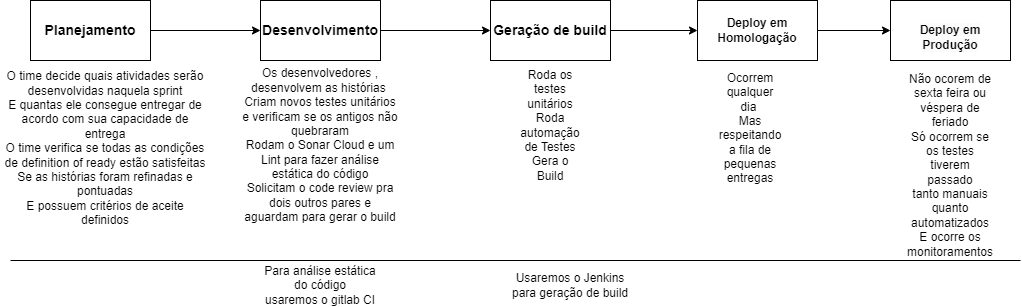
Above: diagramas/Diagrama-Timeline.png in CarolineIta/asc (draw.io), before the change. Source tidied: cells renumbered, new cells last; positions are measured from the earlier drawing's top-left corner, leaving out a move shared by most shapes.
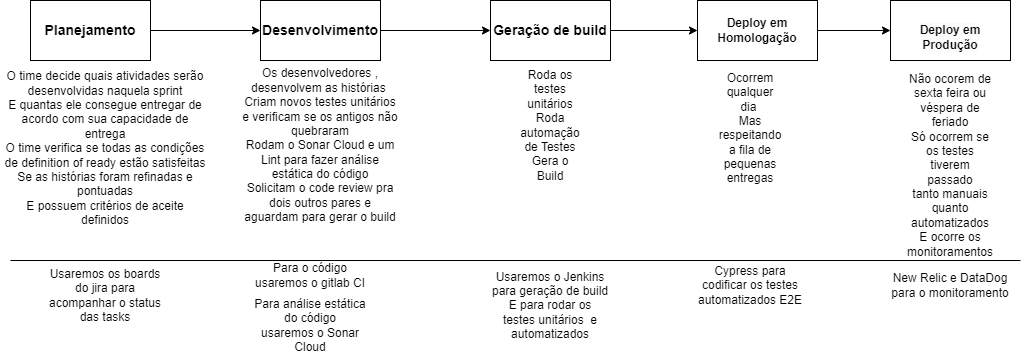
Later version of the same file.

The edit, as a diff of the source:
```diff
@@ -61,11 +61,23 @@
         <mxPoint x="1020" y="260" as="targetPoint" />
       </mxGeometry>
     </mxCell>
-    <mxCell id="20" value="Usaremos o Jenkins para geração de build" style="text;html=1;strokeColor=none;fillColor=none;align=center;verticalAlign=middle;whiteSpace=wrap;rounded=0;" parent="1" vertex="1">
-      <mxGeometry x="510" y="270" width="120" height="30" as="geometry" />
+    <mxCell id="20" value="Usaremos o Jenkins para geração de build&lt;br&gt;E para rodar os testes unitários&amp;nbsp; e automatizados" style="text;html=1;strokeColor=none;fillColor=none;align=center;verticalAlign=middle;whiteSpace=wrap;rounded=0;" parent="1" vertex="1">
+      <mxGeometry x="490" y="290" width="120" height="30" as="geometry" />
     </mxCell>
-    <mxCell id="21" value="Para análise estática do código&lt;br&gt;usaremos o gitlab CI" style="text;html=1;strokeColor=none;fillColor=none;align=center;verticalAlign=middle;whiteSpace=wrap;rounded=0;" parent="1" vertex="1">
-      <mxGeometry x="260" y="270" width="120" height="30" as="geometry" />
+    <mxCell id="21" value="Para o código&lt;br&gt;usaremos o gitlab CI" style="text;html=1;strokeColor=none;fillColor=none;align=center;verticalAlign=middle;whiteSpace=wrap;rounded=0;" parent="1" vertex="1">
+      <mxGeometry x="250" y="260" width="120" height="30" as="geometry" />
     </mxCell>
+    <mxCell id="22" value="New Relic e DataDog para o monitoramento" style="text;html=1;strokeColor=none;fillColor=none;align=center;verticalAlign=middle;whiteSpace=wrap;rounded=0;" parent="1" vertex="1">
+      <mxGeometry x="890" y="270" width="120" height="30" as="geometry" />
+    </mxCell>
+    <mxCell id="23" value="Cypress para codificar os testes automatizados E2E" style="text;html=1;strokeColor=none;fillColor=none;align=center;verticalAlign=middle;whiteSpace=wrap;rounded=0;" parent="1" vertex="1">
+      <mxGeometry x="690" y="270" width="120" height="30" as="geometry" />
+    </mxCell>
+    <mxCell id="24" value="Para análise estática do código&lt;br&gt;usaremos o Sonar Cloud" style="text;html=1;strokeColor=none;fillColor=none;align=center;verticalAlign=middle;whiteSpace=wrap;rounded=0;" parent="1" vertex="1">
+      <mxGeometry x="250" y="310" width="120" height="30" as="geometry" />
+    </mxCell>
+    <mxCell id="25" value="Usaremos os boards do jira para acompanhar o status das tasks" style="text;html=1;strokeColor=none;fillColor=none;align=center;verticalAlign=middle;whiteSpace=wrap;rounded=0;" parent="1" vertex="1">
+      <mxGeometry x="45" y="280" width="120" height="30" as="geometry" />
+    </mxCell>
   </root>
 </mxGraphModel>
```
